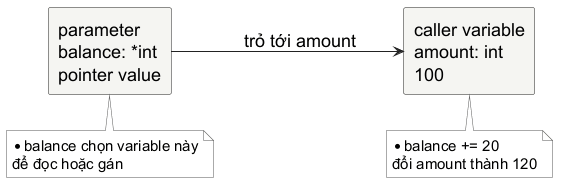
Above: assets/diagrams/pointer-pointee.png in Minhlike/Golang (PlantUML), before the change. Source of this version:
```plantuml
@startuml
skinparam backgroundColor white
skinparam shadowing false
skinparam defaultFontName "Source Sans 3"
skinparam defaultFontSize 18
skinparam defaultFontColor #000000
skinparam rectangle {
  BackgroundColor #F5F5F2
  BorderColor #222222
  FontColor #000000
  RoundCorner 5
}
skinparam arrowColor #222222
skinparam note {
  BackgroundColor #FFFFFF
  BorderColor #555555
  FontColor #000000
  FontName "Source Sans 3"
  FontSize 15
}
left to right direction
rectangle "caller variable\namount: int\n100" as amount
rectangle "parameter\nbalance: *int\npointer value" as pointer
pointer --> amount : trỏ tới amount
note bottom of pointer : *balance chọn variable này\nđể đọc hoặc gán
note bottom of amount : *balance += 20\nđổi amount thành 120
@enduml
```
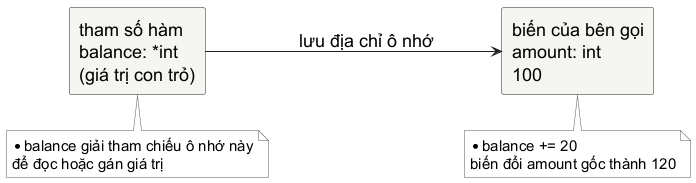
The same diagram one commit later.

Diff of the diagram source:
```diff
@@ -19,9 +19,9 @@
   FontSize 15
 }
 left to right direction
-rectangle "caller variable\namount: int\n100" as amount
-rectangle "parameter\nbalance: *int\npointer value" as pointer
-pointer --> amount : trỏ tới amount
-note bottom of pointer : *balance chọn variable này\nđể đọc hoặc gán
-note bottom of amount : *balance += 20\nđổi amount thành 120
+rectangle "biến của bên gọi\namount: int\n100" as amount
+rectangle "tham số hàm\nbalance: *int\n(giá trị con trỏ)" as pointer
+pointer --> amount : lưu địa chỉ ô nhớ
+note bottom of pointer : *balance giải tham chiếu ô nhớ này\nđể đọc hoặc gán giá trị
+note bottom of amount : *balance += 20\nbiến đổi amount gốc thành 120
 @enduml
```
